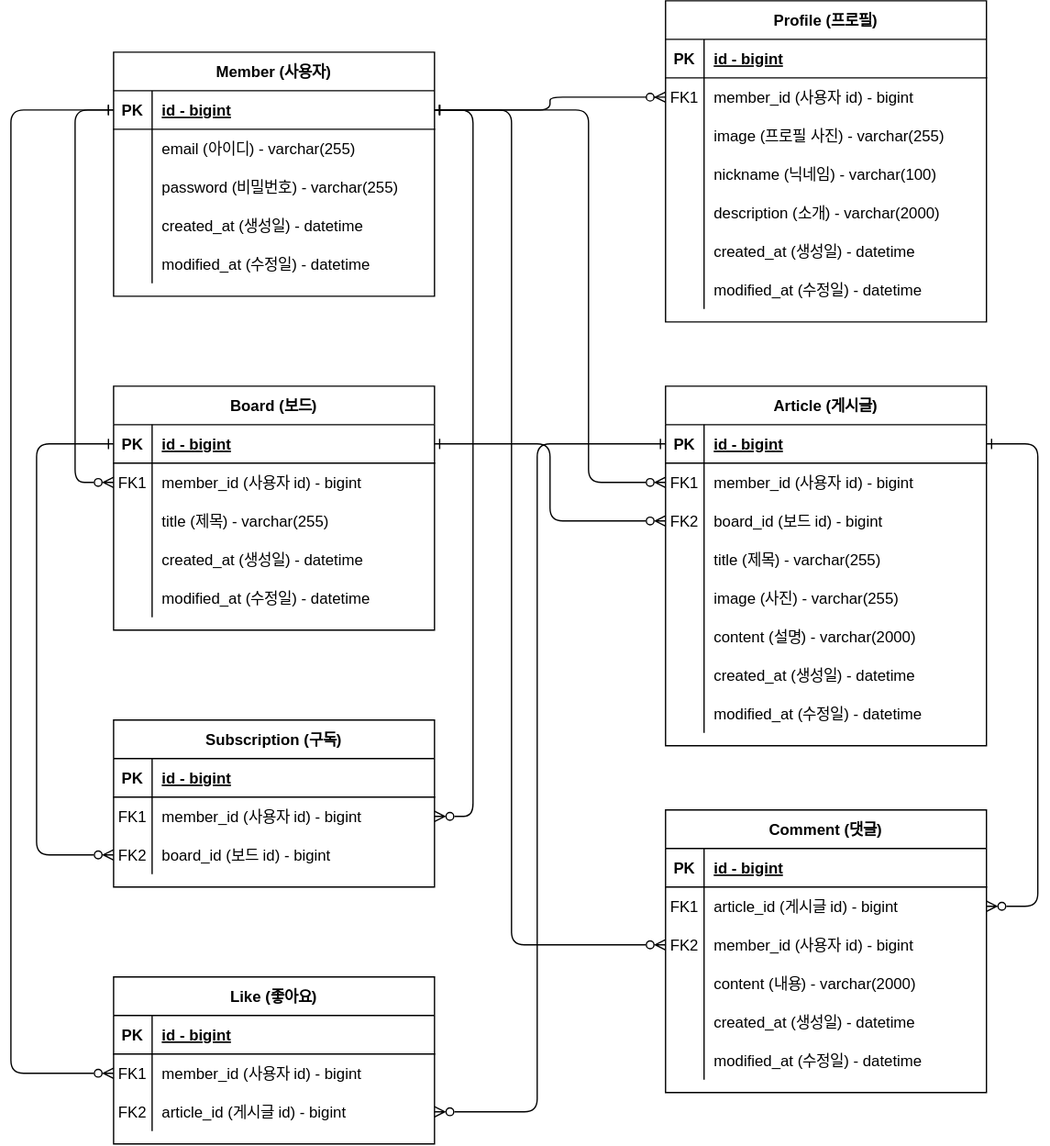
Earlier version of the draw.io export document/erd.svg (yessm621/pinterest). Source tidied: cells renumbered, new cells last; positions are measured from the earlier drawing's top-left corner, leaving out a move shared by most shapes.
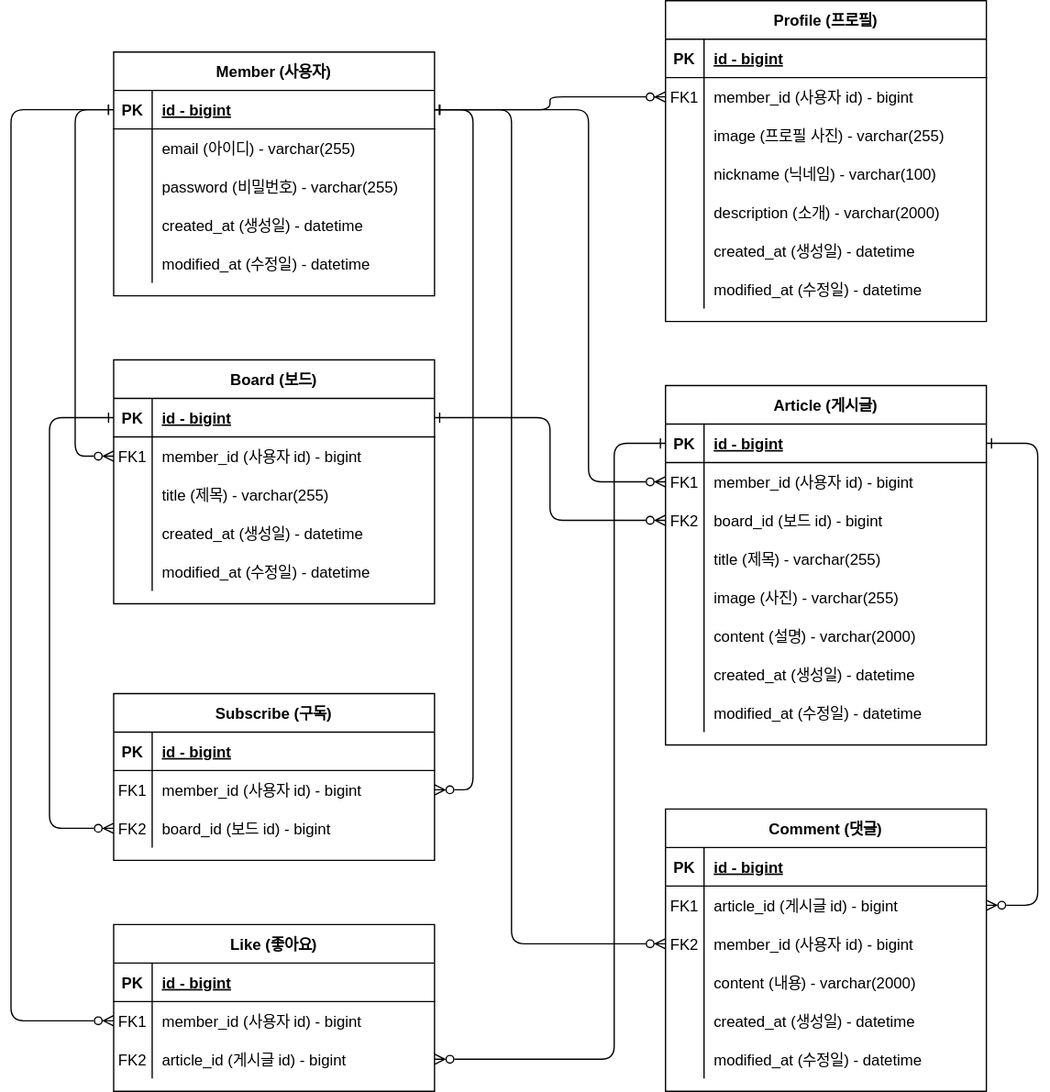
Above is the later version.

Commit message:
#4 - 엔드포인트 작성하면서 erd.svg 도메인 수정

Change to the diagram source:
```diff
@@ -195,7 +195,7 @@
       <mxGeometry x="30" width="220" height="30" as="geometry" />
     </mxCell>
     <mxCell id="66" value="Board (보드)" style="shape=table;startSize=30;rowLines=0;fontStyle=1;align=center;" parent="1" vertex="1">
-      <mxGeometry x="80" y="300" width="250" height="190" as="geometry" />
+      <mxGeometry x="80" y="280" width="250" height="190" as="geometry" />
     </mxCell>
     <mxCell id="67" style="shape=partialRectangle;fillColor=none;points=[[0,0.5],[1,0.5]];portConstraint=eastwest;top=0;left=0;right=0;bottom=1;" parent="66" vertex="1">
       <mxGeometry y="30" width="250" height="30" as="geometry" />
@@ -299,8 +299,8 @@
     <mxCell id="100" value="modified_at (수정일) - datetime" style="shape=partialRectangle;overflow=hidden;fillColor=none;top=0;left=0;bottom=0;right=0;align=left;spacingLeft=6;" parent="98" vertex="1">
       <mxGeometry x="30" width="220" height="30" as="geometry" />
     </mxCell>
-    <mxCell id="101" value="Subscription (구독)" style="shape=table;startSize=30;rowLines=0;fontStyle=1;align=center;" parent="1" vertex="1">
-      <mxGeometry x="80" y="560" width="250" height="130" as="geometry" />
+    <mxCell id="101" value="Subscribe (구독)" style="shape=table;startSize=30;rowLines=0;fontStyle=1;align=center;" parent="1" vertex="1">
+      <mxGeometry x="80" y="540" width="250" height="130" as="geometry" />
     </mxCell>
     <mxCell id="102" style="shape=partialRectangle;fillColor=none;top=0;left=0;right=0;bottom=1;" parent="101" vertex="1">
       <mxGeometry y="30" width="250" height="30" as="geometry" />
@@ -330,7 +330,7 @@
       <mxGeometry x="30" width="220" height="30" as="geometry" />
     </mxCell>
     <mxCell id="111" value="Like (좋아요)" style="shape=table;startSize=30;rowLines=0;fontStyle=1;align=center;" parent="1" vertex="1">
-      <mxGeometry x="80" y="760" width="250" height="130" as="geometry" />
+      <mxGeometry x="80" y="720" width="250" height="130" as="geometry" />
     </mxCell>
     <mxCell id="112" style="shape=partialRectangle;fillColor=none;top=0;left=0;right=0;bottom=1;" parent="111" vertex="1">
       <mxGeometry y="30" width="250" height="30" as="geometry" />
@@ -363,7 +363,7 @@
       <mxGeometry relative="1" as="geometry">
         <Array as="points">
           <mxPoint x="50" y="85" />
-          <mxPoint x="50" y="375" />
+          <mxPoint x="50" y="355" />
         </Array>
       </mxGeometry>
     </mxCell>
@@ -398,33 +398,33 @@
       <mxGeometry relative="1" as="geometry">
         <Array as="points">
           <mxPoint x="360" y="85" />
-          <mxPoint x="360" y="635" />
+          <mxPoint x="360" y="615" />
         </Array>
       </mxGeometry>
     </mxCell>
-    <mxCell id="127" style="edgeStyle=orthogonalEdgeStyle;shape=connector;rounded=1;jettySize=auto;html=1;entryX=0;entryY=0.5;entryDx=0;entryDy=0;labelBackgroundColor=default;strokeColor=default;fontFamily=Helvetica;fontSize=11;fontColor=default;startArrow=ERone;startFill=0;endArrow=ERzeroToMany;endFill=0;" parent="1" edge="1" source="67" target="108">
-      <mxGeometry relative="1" as="geometry">
-        <Array as="points">
-          <mxPoint x="20" y="345" />
-          <mxPoint x="20" y="665" />
-        </Array>
-      </mxGeometry>
-    </mxCell>
     <mxCell id="128" style="edgeStyle=orthogonalEdgeStyle;shape=connector;rounded=1;jettySize=auto;html=1;exitX=0;exitY=0.5;exitDx=0;exitDy=0;entryX=0;entryY=0.5;entryDx=0;entryDy=0;labelBackgroundColor=default;strokeColor=default;fontFamily=Helvetica;fontSize=11;fontColor=default;startArrow=ERone;startFill=0;endArrow=ERzeroToMany;endFill=0;" parent="1" edge="1" source="51" target="115">
       <mxGeometry relative="1" as="geometry">
         <Array as="points">
           <mxPoint y="85" />
-          <mxPoint y="835" />
+          <mxPoint y="795" />
         </Array>
       </mxGeometry>
     </mxCell>
     <mxCell id="129" style="edgeStyle=orthogonalEdgeStyle;shape=connector;rounded=1;jettySize=auto;html=1;exitX=0;exitY=0.5;exitDx=0;exitDy=0;labelBackgroundColor=default;strokeColor=default;fontFamily=Helvetica;fontSize=11;fontColor=default;startArrow=ERone;startFill=0;endArrow=ERzeroToMany;endFill=0;" parent="1" edge="1" source="26" target="118">
       <mxGeometry relative="1" as="geometry">
         <Array as="points">
-          <mxPoint x="410" y="345" />
-          <mxPoint x="410" y="865" />
+          <mxPoint x="470" y="345" />
+          <mxPoint x="470" y="825" />
         </Array>
       </mxGeometry>
     </mxCell>
+    <mxCell id="127" style="edgeStyle=orthogonalEdgeStyle;shape=connector;rounded=1;jettySize=auto;html=1;exitX=0;exitY=0.5;exitDx=0;exitDy=0;entryX=0;entryY=0.5;entryDx=0;entryDy=0;labelBackgroundColor=default;strokeColor=default;fontFamily=Helvetica;fontSize=11;fontColor=default;startArrow=ERone;startFill=0;endArrow=ERzeroToMany;endFill=0;" parent="1" edge="1" source="67" target="108">
+      <mxGeometry relative="1" as="geometry">
+        <Array as="points">
+          <mxPoint x="30" y="325" />
+          <mxPoint x="30" y="645" />
+        </Array>
+      </mxGeometry>
+    </mxCell>
   </root>
 </mxGraphModel>
```
